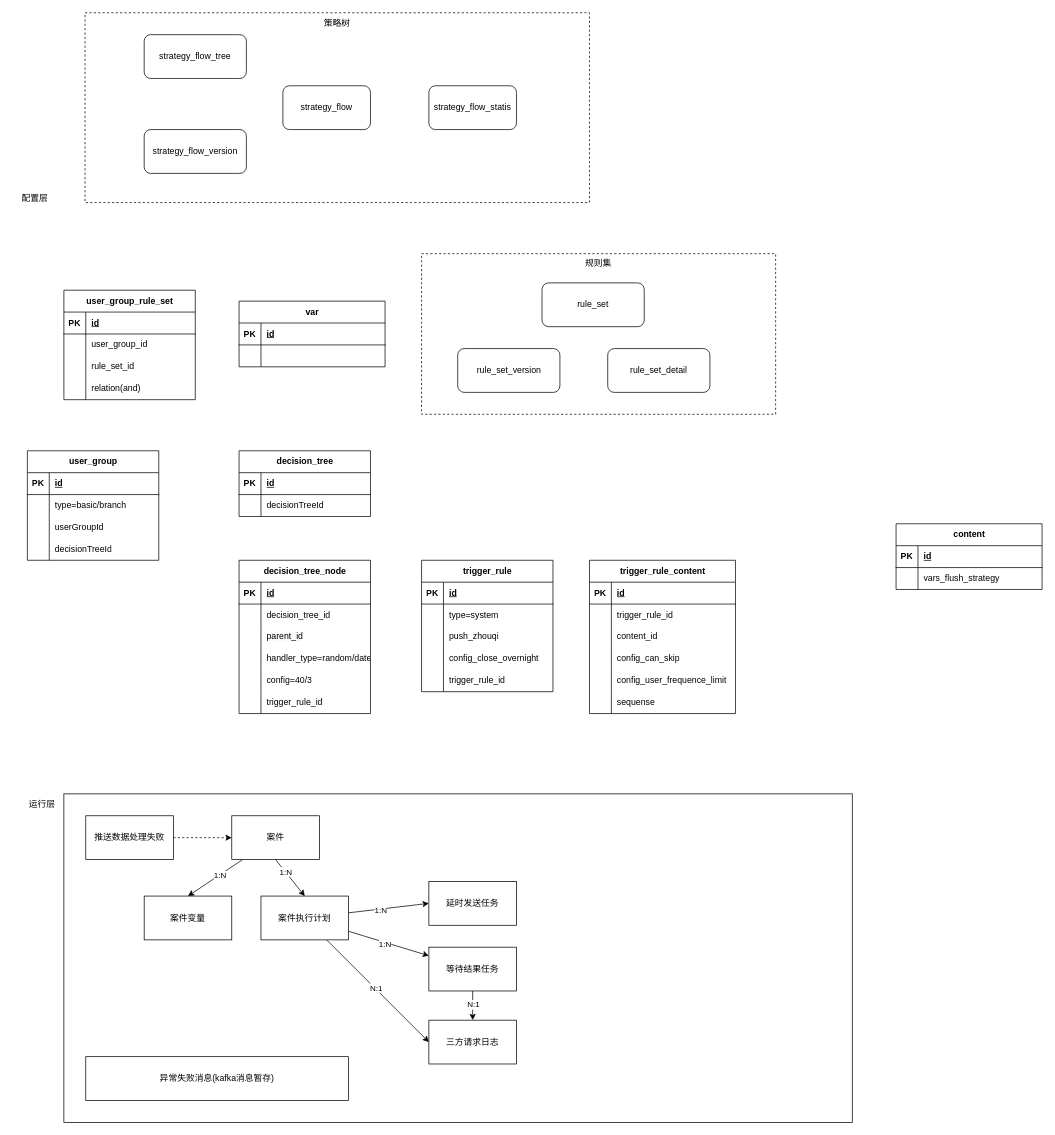
Before: page "数据表设计" (6 of 6) of 运营决策系统设计.drawio in ABIN-DS/flowchart, a draw.io diagram. Source tidied: cells renumbered, new cells numbered last; positions are measured from the earlier drawing's top-left corner, leaving out a move shared by most shapes. Both pictures are drawn from the tidied source at 73%, with x=0, y=0 at pixel (12, 12).
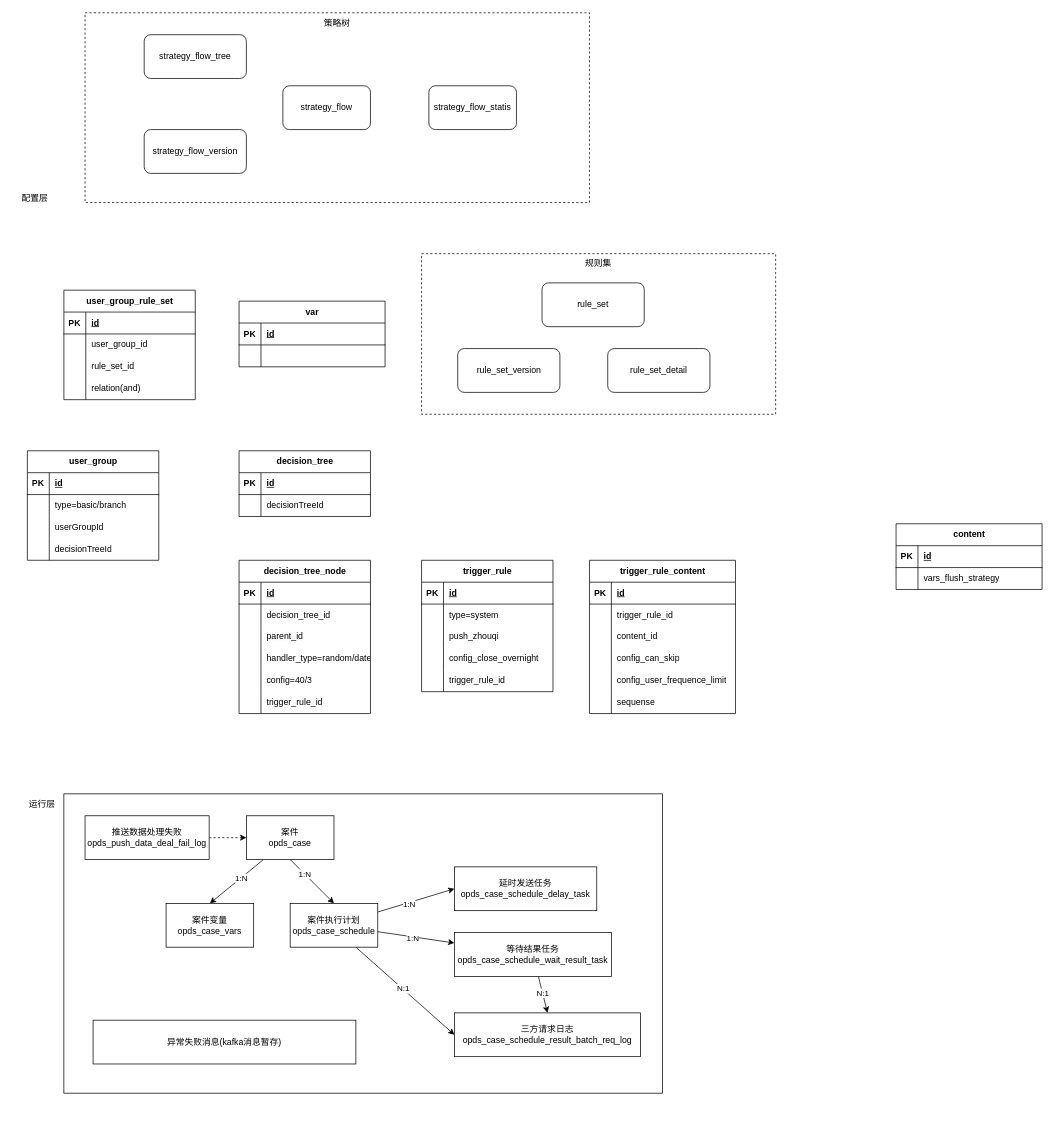
The same diagram, later.

Commit message:
更新运营决策系统设计.drawio

The edit, as a diff of the source:
```diff
@@
     <mxCell id="2" style="rounded=0;whiteSpace=wrap;html=1;" parent="1" vertex="1">
-      <mxGeometry x="70" y="1070" width="1080" height="450" as="geometry" />
+      <mxGeometry x="70" y="1070" width="820" height="410" as="geometry" />
     </mxCell>
@@
-    <mxCell id="7" value="推送数据处理失败" style="rounded=0;whiteSpace=wrap;html=1;" parent="1" vertex="1">
-      <mxGeometry x="100" y="1100" width="120" height="60" as="geometry" />
+    <mxCell id="7" value="推送数据处理失败&lt;br&gt;opds_push_data_deal_fail_log" style="rounded=0;whiteSpace=wrap;html=1;" parent="1" vertex="1">
+      <mxGeometry x="99" y="1100" width="170" height="60" as="geometry" />
     </mxCell>
@@
-    <mxCell id="12" value="案件" style="rounded=0;whiteSpace=wrap;html=1;" parent="1" vertex="1">
-      <mxGeometry x="300" y="1100" width="120" height="60" as="geometry" />
+    <mxCell id="12" value="案件&lt;br&gt;opds_case" style="rounded=0;whiteSpace=wrap;html=1;" parent="1" vertex="1">
+      <mxGeometry x="320" y="1100" width="120" height="60" as="geometry" />
     </mxCell>
@@
-    <mxCell id="19" value="案件执行计划" style="rounded=0;whiteSpace=wrap;html=1;" parent="1" vertex="1">
-      <mxGeometry x="340" y="1210" width="120" height="60" as="geometry" />
+    <mxCell id="19" value="案件执行计划&lt;br&gt;opds_case_schedule" style="rounded=0;whiteSpace=wrap;html=1;" parent="1" vertex="1">
+      <mxGeometry x="380" y="1220" width="120" height="60" as="geometry" />
     </mxCell>
-    <mxCell id="20" value="延时发送任务" style="rounded=0;whiteSpace=wrap;html=1;" parent="1" vertex="1">
-      <mxGeometry x="570" y="1190" width="120" height="60" as="geometry" />
+    <mxCell id="20" value="延时发送任务&lt;br&gt;opds_case_schedule_delay_task" style="rounded=0;whiteSpace=wrap;html=1;" parent="1" vertex="1">
+      <mxGeometry x="605" y="1170" width="195" height="60" as="geometry" />
     </mxCell>
-    <mxCell id="21" value="案件变量" style="rounded=0;whiteSpace=wrap;html=1;" parent="1" vertex="1">
-      <mxGeometry x="180" y="1210" width="120" height="60" as="geometry" />
+    <mxCell id="21" value="案件变量&lt;br&gt;opds_case_vars" style="rounded=0;whiteSpace=wrap;html=1;" parent="1" vertex="1">
+      <mxGeometry x="210" y="1220" width="120" height="60" as="geometry" />
     </mxCell>
-    <mxCell id="22" style="edgeStyle=orthogonalEdgeStyle;rounded=0;jettySize=auto;html=1;entryX=0.5;entryY=0;entryDx=0;entryDy=0;" parent="1" edge="1" source="24" target="26">
+    <mxCell id="22" style="rounded=0;jettySize=auto;html=1;entryX=0.5;entryY=0;entryDx=0;entryDy=0;" parent="1" edge="1" source="24" target="26">
       <mxGeometry relative="1" as="geometry" />
     </mxCell>
@@
-    <mxCell id="24" value="等待结果任务" style="rounded=0;whiteSpace=wrap;html=1;" parent="1" vertex="1">
-      <mxGeometry x="570" y="1280" width="120" height="60" as="geometry" />
+    <mxCell id="24" value="等待结果任务&lt;br&gt;opds_case_schedule_wait_result_task" style="rounded=0;whiteSpace=wrap;html=1;" parent="1" vertex="1">
+      <mxGeometry x="605" y="1260" width="215" height="60" as="geometry" />
     </mxCell>
     <mxCell id="25" value="异常失败消息(kafka消息暂存)" style="rounded=0;whiteSpace=wrap;html=1;" parent="1" vertex="1">
-      <mxGeometry x="100" y="1430" width="360" height="60" as="geometry" />
+      <mxGeometry x="110" y="1380" width="360" height="60" as="geometry" />
     </mxCell>
-    <mxCell id="26" value="三方请求日志" style="rounded=0;whiteSpace=wrap;html=1;" parent="1" vertex="1">
-      <mxGeometry x="570" y="1380" width="120" height="60" as="geometry" />
+    <mxCell id="26" value="三方请求日志&lt;br&gt;opds_case_schedule_result_batch_req_log" style="rounded=0;whiteSpace=wrap;html=1;" parent="1" vertex="1">
+      <mxGeometry x="605" y="1370" width="255" height="60" as="geometry" />
     </mxCell>
```
